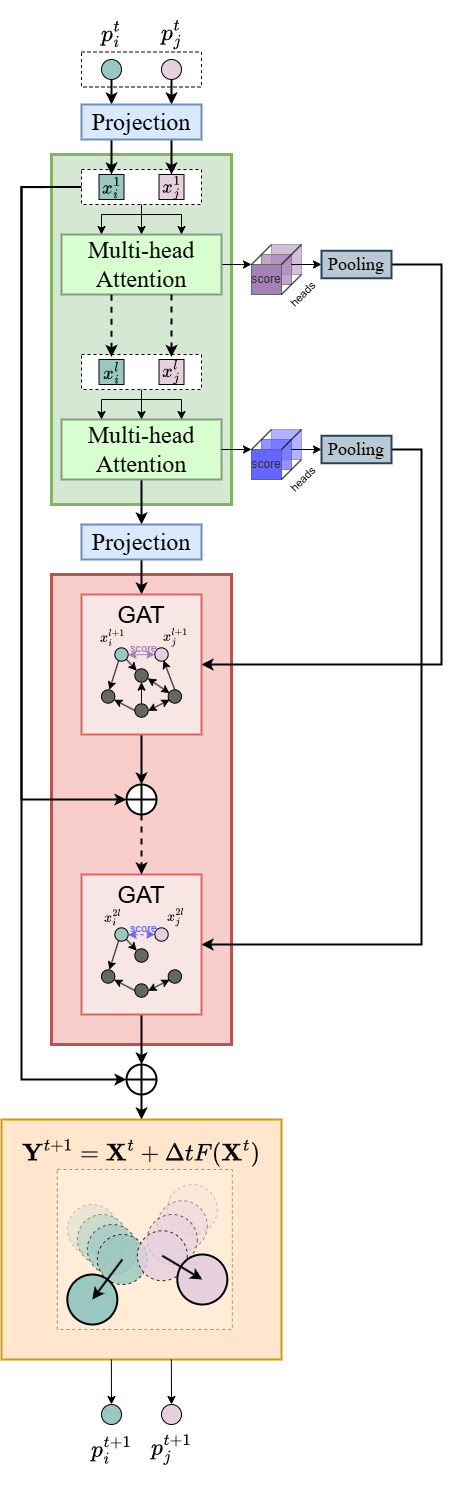
Above: imgs/TGA.png in zzzBone/TGA (draw.io), before the change. Source tidied: cells renumbered, new cells last; positions are measured from the earlier drawing's top-left corner, leaving out a move shared by most shapes.
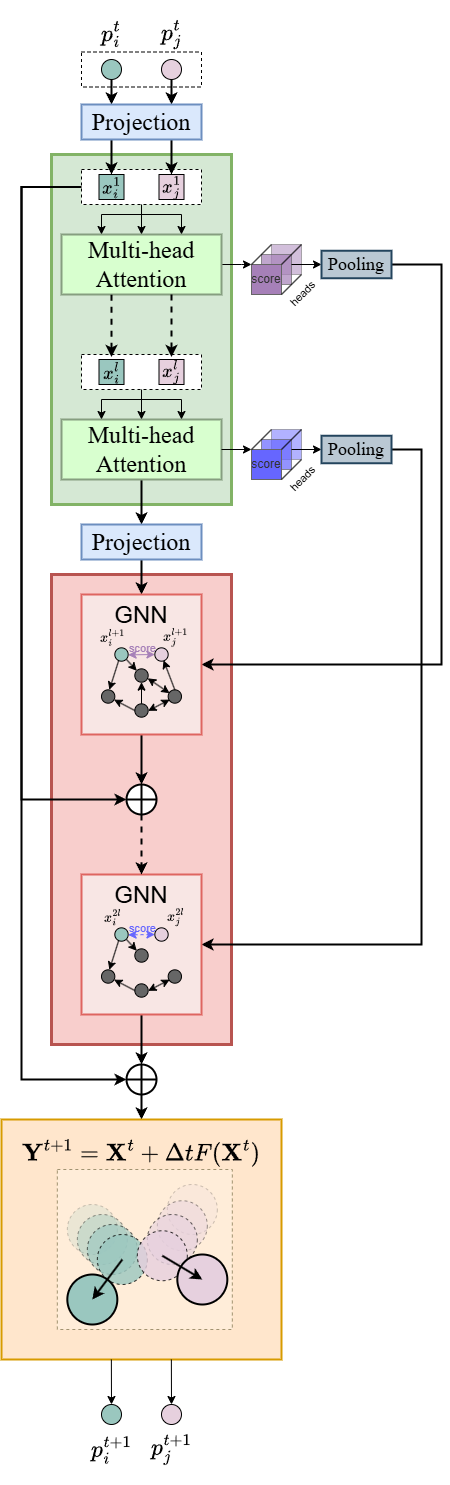
Later version of the same file.

What changed in the source:
```diff
@@ -261,7 +261,7 @@
     <mxCell id="61" style="edgeStyle=orthogonalEdgeStyle;rounded=0;jettySize=auto;html=1;entryX=0.5;entryY=0;entryDx=0;entryDy=0;strokeWidth=2;" parent="1" edge="1" source="62" target="99">
       <mxGeometry relative="1" as="geometry" />
     </mxCell>
-    <mxCell id="62" value="&lt;font style=&quot;font-size: 24px;&quot;&gt;GAT&lt;/font&gt;" style="whiteSpace=wrap;html=1;fillColor=#F8E6E4;strokeColor=#DE6560;verticalAlign=top;strokeWidth=2;" parent="1" vertex="1">
+    <mxCell id="62" value="&lt;font style=&quot;font-size: 24px;&quot;&gt;GNN&lt;/font&gt;" style="whiteSpace=wrap;html=1;fillColor=#F8E6E4;strokeColor=#DE6560;verticalAlign=top;strokeWidth=2;" parent="1" vertex="1">
       <mxGeometry x="80" y="575" width="120" height="140" as="geometry" />
     </mxCell>
     <mxCell id="63" style="group;" parent="1" vertex="1">
@@ -331,7 +331,7 @@
     <mxCell id="81" style="edgeStyle=orthogonalEdgeStyle;rounded=0;jettySize=auto;html=1;entryX=0.5;entryY=0;entryDx=0;entryDy=0;strokeWidth=2;" parent="1" edge="1" source="82" target="101">
       <mxGeometry relative="1" as="geometry" />
     </mxCell>
-    <mxCell id="82" value="&lt;font style=&quot;font-size: 24px;&quot;&gt;GAT&lt;/font&gt;" style="whiteSpace=wrap;html=1;fillColor=#F8E6E4;strokeColor=#DE6560;verticalAlign=top;strokeWidth=2;" parent="1" vertex="1">
+    <mxCell id="82" value="&lt;font style=&quot;font-size: 24px;&quot;&gt;GNN&lt;/font&gt;" style="whiteSpace=wrap;html=1;fillColor=#F8E6E4;strokeColor=#DE6560;verticalAlign=top;strokeWidth=2;" parent="1" vertex="1">
       <mxGeometry x="80" y="855" width="120" height="140" as="geometry" />
     </mxCell>
     <mxCell id="83" style="group;" parent="1" vertex="1">
```
